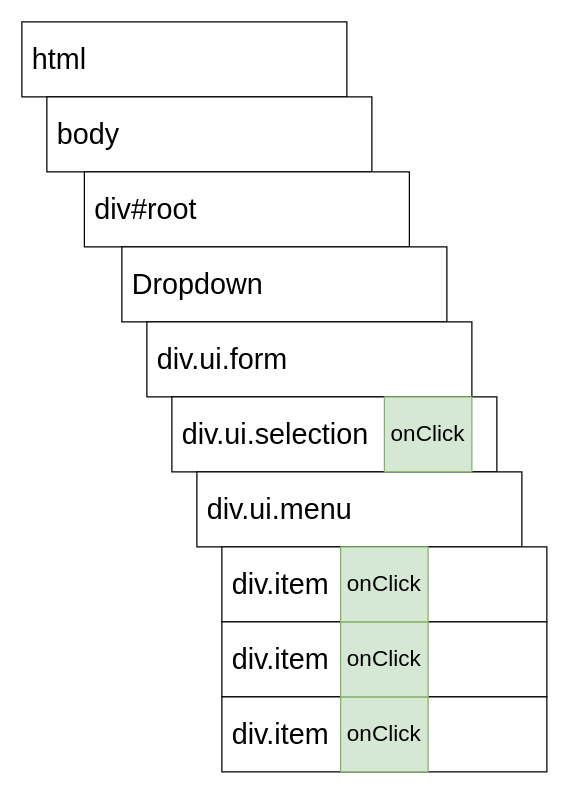
The draw.io diagram page "05 - ref" (5 of 12) of diagrams/widgets/02.drawio in HappySuzuki/redux-code, before the edit. Source tidied: cells renumbered, new cells numbered last; positions are measured from the earlier drawing's top-left corner, leaving out a move shared by most shapes. Both pictures are drawn from the tidied source at 125%, with x=0, y=0 at pixel (21, 21).
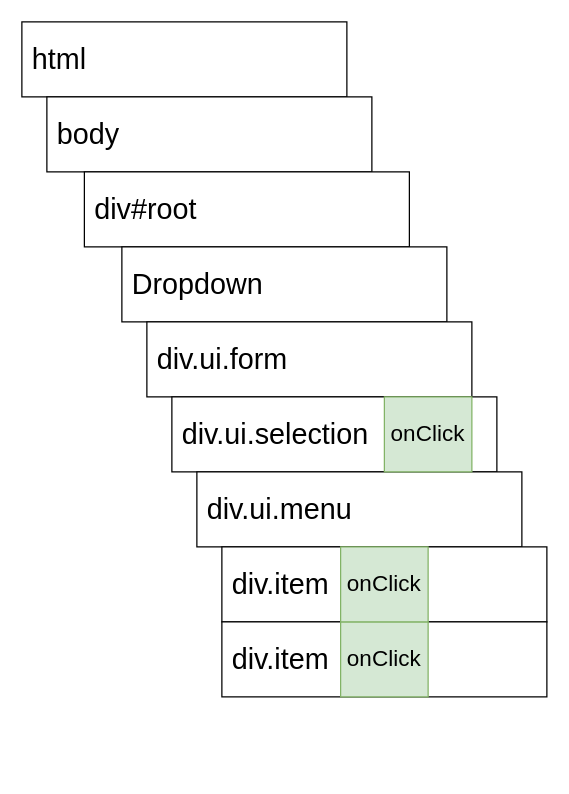
After the change.

Diff of the diagram source:
```diff
@@
 <mxGraphModel>
   <root>
     <mxCell id="0" />
     <mxCell id="1" parent="0" />
     <mxCell id="2" value="&amp;nbsp;html" style="rounded=0;whiteSpace=wrap;html=1;fontSize=23;fontColor=#000000;align=left;" parent="1" vertex="1">
       <mxGeometry width="260" height="60" as="geometry" />
     </mxCell>
     <mxCell id="3" value="&amp;nbsp;body" style="rounded=0;whiteSpace=wrap;html=1;fontSize=23;fontColor=#000000;align=left;" parent="1" vertex="1">
       <mxGeometry x="20" y="60" width="260" height="60" as="geometry" />
     </mxCell>
     <mxCell id="4" value="&amp;nbsp;div#root" style="rounded=0;whiteSpace=wrap;html=1;fontSize=23;fontColor=#000000;align=left;" parent="1" vertex="1">
       <mxGeometry x="50" y="120" width="260" height="60" as="geometry" />
     </mxCell>
     <mxCell id="5" value="&amp;nbsp;Dropdown" style="rounded=0;whiteSpace=wrap;html=1;fontSize=23;fontColor=#000000;align=left;" parent="1" vertex="1">
       <mxGeometry x="80" y="180" width="260" height="60" as="geometry" />
     </mxCell>
     <mxCell id="6" value="&amp;nbsp;div.ui.form" style="rounded=0;whiteSpace=wrap;html=1;fontSize=23;fontColor=#000000;align=left;" parent="1" vertex="1">
       <mxGeometry x="100" y="240" width="260" height="60" as="geometry" />
     </mxCell>
     <mxCell id="7" value="&amp;nbsp;div.ui.selection" style="rounded=0;whiteSpace=wrap;html=1;fontSize=23;fontColor=#000000;align=left;" parent="1" vertex="1">
       <mxGeometry x="120" y="300" width="260" height="60" as="geometry" />
     </mxCell>
     <mxCell id="8" value="&amp;nbsp;div.ui.menu" style="rounded=0;whiteSpace=wrap;html=1;fontSize=23;fontColor=#000000;align=left;" parent="1" vertex="1">
       <mxGeometry x="140" y="360" width="260" height="60" as="geometry" />
     </mxCell>
     <mxCell id="9" value="&amp;nbsp;div.item" style="rounded=0;whiteSpace=wrap;html=1;fontSize=23;fontColor=#000000;align=left;" parent="1" vertex="1">
       <mxGeometry x="160" y="420" width="260" height="60" as="geometry" />
     </mxCell>
     <mxCell id="10" value="&amp;nbsp;div.item" style="rounded=0;whiteSpace=wrap;html=1;fontSize=23;fontColor=#000000;align=left;" parent="1" vertex="1">
       <mxGeometry x="160" y="480" width="260" height="60" as="geometry" />
     </mxCell>
-    <mxCell id="11" value="&amp;nbsp;div.item" style="rounded=0;whiteSpace=wrap;html=1;fontSize=23;fontColor=#000000;align=left;" parent="1" vertex="1">
-      <mxGeometry x="160" y="540" width="260" height="60" as="geometry" />
-    </mxCell>
-    <mxCell id="12" value="onClick" style="rounded=0;whiteSpace=wrap;html=1;strokeWidth=1;fontSize=18;align=center;fillColor=#d5e8d4;strokeColor=#82b366;fontStyle=0;" parent="1" vertex="1">
-      <mxGeometry x="255" y="540" width="70" height="60" as="geometry" />
-    </mxCell>
     <mxCell id="13" value="onClick" style="rounded=0;whiteSpace=wrap;html=1;strokeWidth=1;fontSize=18;align=center;fillColor=#d5e8d4;strokeColor=#82b366;fontStyle=0;" parent="1" vertex="1">
       <mxGeometry x="255" y="480" width="70" height="60" as="geometry" />
     </mxCell>
     <mxCell id="14" value="onClick" style="rounded=0;whiteSpace=wrap;html=1;strokeWidth=1;fontSize=18;align=center;fillColor=#d5e8d4;strokeColor=#82b366;fontStyle=0;" parent="1" vertex="1">
       <mxGeometry x="255" y="420" width="70" height="60" as="geometry" />
     </mxCell>
     <mxCell id="15" value="onClick" style="rounded=0;whiteSpace=wrap;html=1;strokeWidth=1;fontSize=18;align=center;fillColor=#d5e8d4;strokeColor=#82b366;fontStyle=0;" parent="1" vertex="1">
       <mxGeometry x="290" y="300" width="70" height="60" as="geometry" />
     </mxCell>
   </root>
 </mxGraphModel>
```
